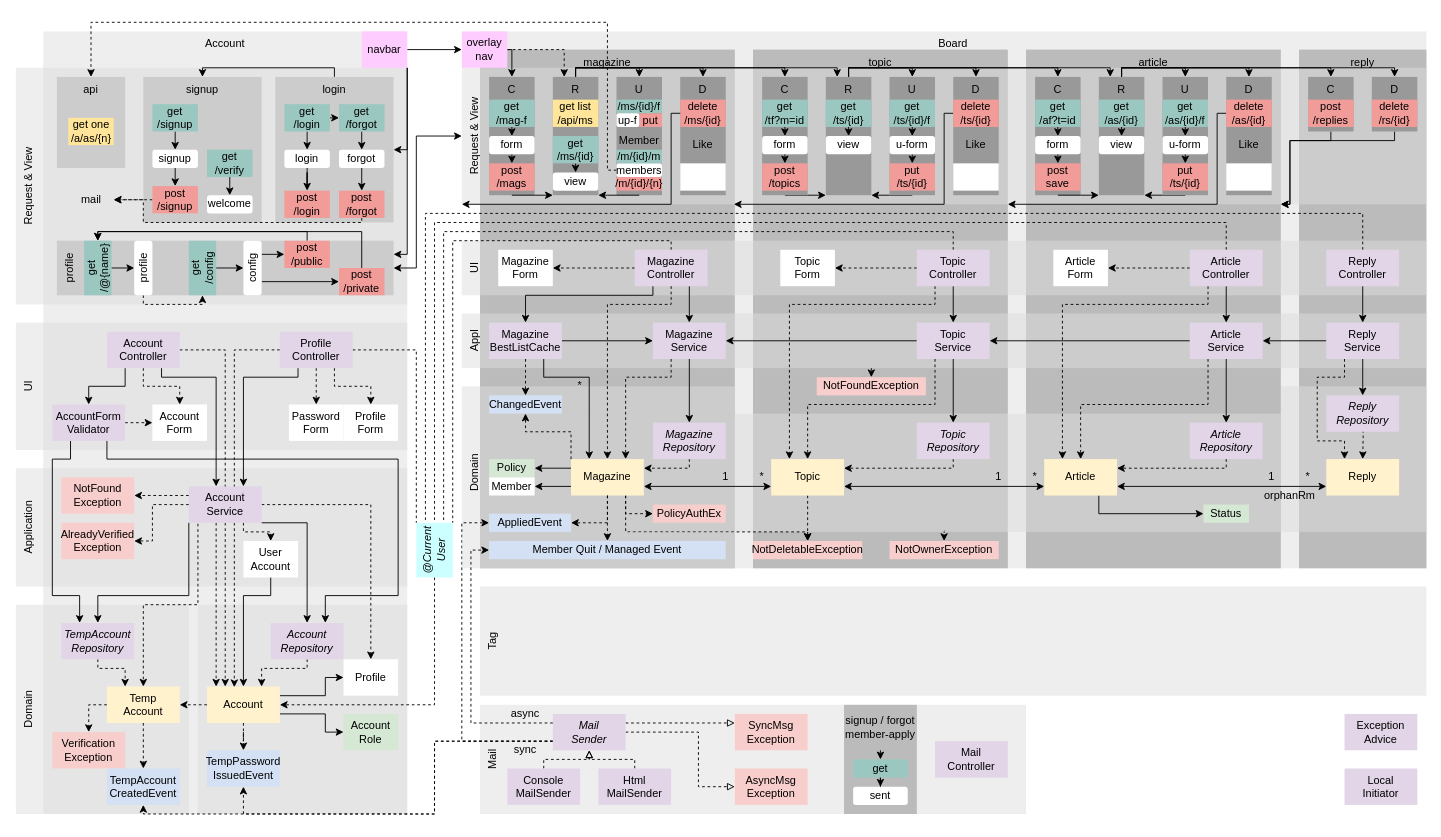
suloginscene/dinner keeps this draw.io diagram as diagram.drawio. Above is the earlier version. Source tidied: cells renumbered, new cells numbered last; positions are measured from the earlier drawing's top-left corner, leaving out a move shared by most shapes. Both pictures are drawn from the tidied source at 91%, with x=0, y=0 at pixel (15, 22).
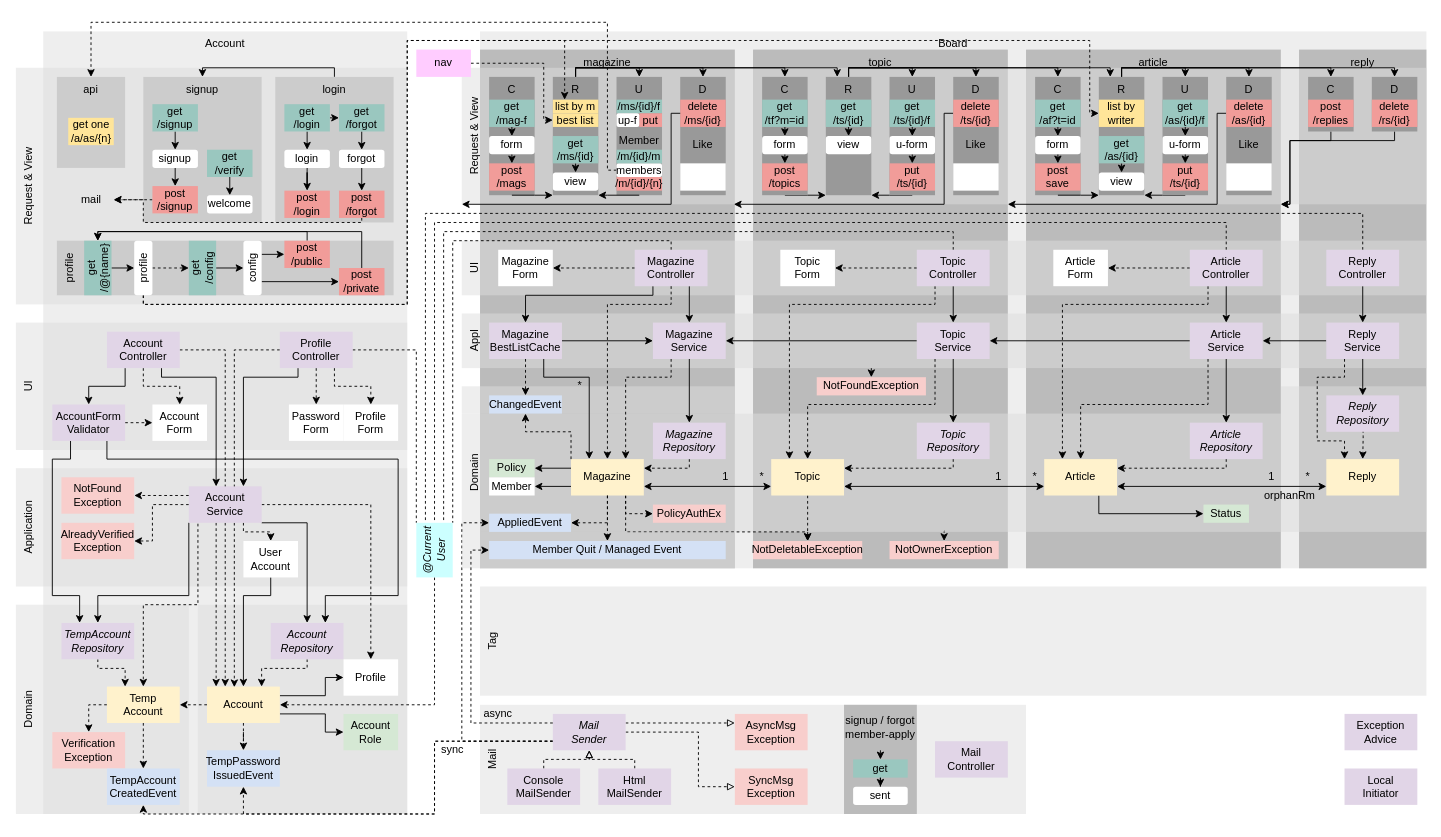
After the change.

The change refers to these unchanged cells:
```xml
<mxCell id="12" value="Request &amp;amp; View" style="rounded=0;whiteSpace=wrap;html=1;verticalAlign=top;fillColor=#DDDDDD;strokeColor=none;horizontal=0;opacity=50;" parent="1" vertex="1">
  <mxGeometry x="490" y="50" width="1060" height="150" as="geometry" />
</mxCell>
<mxCell id="19" value="C" style="rounded=0;whiteSpace=wrap;html=1;verticalAlign=top;strokeColor=none;fillColor=#999999;" parent="1" vertex="1">
  <mxGeometry x="520" y="60" width="50" height="130" as="geometry" />
</mxCell>
<mxCell id="70" value="login" style="rounded=0;whiteSpace=wrap;html=1;verticalAlign=top;fillColor=#CCCCCC;strokeColor=none;" parent="1" vertex="1">
  <mxGeometry x="285" y="60" width="130" height="160" as="geometry" />
</mxCell>
<mxCell id="97" value="R" style="rounded=0;whiteSpace=wrap;html=1;verticalAlign=top;strokeColor=none;fillColor=#999999;" parent="1" vertex="1">
  <mxGeometry x="590" y="60" width="50" height="130" as="geometry" />
</mxCell>
<mxCell id="110" value="profile" style="rounded=0;whiteSpace=wrap;html=1;verticalAlign=top;fillColor=#CCCCCC;strokeColor=none;horizontal=0;" parent="1" vertex="1">
  <mxGeometry x="45" y="240" width="370" height="60" as="geometry" />
</mxCell>
<mxCell id="147" value="get&lt;br&gt;/config" style="rounded=0;whiteSpace=wrap;html=1;fontStyle=0;strokeColor=none;fillColor=#9AC7BF;horizontal=0;" parent="1" vertex="1">
  <mxGeometry x="190" y="240" width="30" height="60" as="geometry" />
</mxCell>
<mxCell id="158" value="profile" style="rounded=1;whiteSpace=wrap;html=1;strokeColor=none;horizontal=0;" parent="1" vertex="1">
  <mxGeometry x="130" y="240" width="20" height="60" as="geometry" />
</mxCell>
```

Diff of the diagram source:
```diff
@@
-    <mxCell id="109" style="edgeStyle=orthogonalEdgeStyle;rounded=0;jettySize=auto;html=1;exitX=1;exitY=0.5;exitDx=0;exitDy=0;entryX=0;entryY=0.5;entryDx=0;entryDy=0;startArrow=classic;startFill=1;" parent="1" edge="1" source="110" target="12">
-      <mxGeometry relative="1" as="geometry">
-        <Array as="points">
-          <mxPoint x="440" y="270" />
-          <mxPoint x="440" y="125" />
-        </Array>
-      </mxGeometry>
-    </mxCell>
@@
-    <mxCell id="157" style="edgeStyle=orthogonalEdgeStyle;rounded=0;jettySize=auto;html=1;exitX=0.5;exitY=1;exitDx=0;exitDy=0;entryX=0.5;entryY=1;entryDx=0;entryDy=0;endArrow=classic;endFill=1;endSize=6;dashed=1;" parent="1" edge="1" source="158" target="147">
+    <mxCell id="157" style="edgeStyle=orthogonalEdgeStyle;rounded=0;jettySize=auto;html=1;exitX=1;exitY=0.5;exitDx=0;exitDy=0;entryX=0;entryY=0.5;entryDx=0;entryDy=0;endArrow=classic;endFill=1;endSize=6;dashed=1;" parent="1" edge="1" source="158" target="147">
       <mxGeometry relative="1" as="geometry">
         <Array as="points">
-          <mxPoint x="140" y="310" />
-          <mxPoint x="205" y="310" />
+          <mxPoint x="170" y="270" />
+          <mxPoint x="170" y="270" />
         </Array>
       </mxGeometry>
     </mxCell>
+    <mxCell id="324" style="edgeStyle=orthogonalEdgeStyle;rounded=0;jettySize=auto;html=1;exitX=0.5;exitY=1;exitDx=0;exitDy=0;dashed=1;" parent="1" edge="1" source="158" target="327">
+      <mxGeometry relative="1" as="geometry">
+        <Array as="points">
+          <mxPoint x="140" y="310" />
+          <mxPoint x="430" y="310" />
+          <mxPoint x="430" y="20" />
+          <mxPoint x="603" y="20" />
+        </Array>
+      </mxGeometry>
+    </mxCell>
+    <mxCell id="325" style="edgeStyle=orthogonalEdgeStyle;rounded=0;jettySize=auto;html=1;exitX=0.5;exitY=1;exitDx=0;exitDy=0;dashed=1;" parent="1" edge="1" source="158" target="328">
+      <mxGeometry relative="1" as="geometry">
+        <Array as="points">
+          <mxPoint x="140" y="310" />
+          <mxPoint x="430" y="310" />
+          <mxPoint x="430" y="20" />
+          <mxPoint x="1180" y="20" />
+          <mxPoint x="1180" y="100" />
+        </Array>
+      </mxGeometry>
+    </mxCell>
@@
     <mxCell id="222" value="get&lt;br&gt;/as/{id}" style="rounded=0;whiteSpace=wrap;html=1;fontStyle=0;strokeColor=none;fillColor=#9AC7BF;" parent="1" vertex="1">
-      <mxGeometry x="1190" y="85" width="50" height="30" as="geometry" />
+      <mxGeometry x="1190" y="125" width="50" height="30" as="geometry" />
     </mxCell>
     <mxCell id="223" value="view" style="rounded=1;whiteSpace=wrap;html=1;strokeColor=none;" parent="1" vertex="1">
-      <mxGeometry x="1190" y="125" width="50" height="20" as="geometry" />
+      <mxGeometry x="1190" y="165" width="50" height="20" as="geometry" />
     </mxCell>
@@
-    <mxCell id="255" style="edgeStyle=orthogonalEdgeStyle;rounded=0;jettySize=auto;html=1;entryX=0.25;entryY=0;entryDx=0;entryDy=0;endArrow=classic;endFill=1;exitX=1;exitY=0.5;exitDx=0;exitDy=0;dashed=1;" parent="1" edge="1" source="260" target="97">
-      <mxGeometry relative="1" as="geometry">
-        <Array as="points">
-          <mxPoint x="602" y="30" />
-        </Array>
-      </mxGeometry>
-    </mxCell>
-    <mxCell id="256" style="edgeStyle=orthogonalEdgeStyle;rounded=0;jettySize=auto;html=1;entryX=0.5;entryY=0;entryDx=0;entryDy=0;endArrow=classic;endFill=1;exitX=1;exitY=0.5;exitDx=0;exitDy=0;" parent="1" edge="1" source="260" target="19">
-      <mxGeometry relative="1" as="geometry">
-        <Array as="points">
-          <mxPoint x="545" y="30" />
-        </Array>
-      </mxGeometry>
-    </mxCell>
@@
-    <mxCell id="258" value="get list&lt;br&gt;/api/ms" style="rounded=0;whiteSpace=wrap;html=1;fontStyle=0;strokeColor=none;fillColor=#FFE599;" parent="1" vertex="1">
-      <mxGeometry x="590" y="85" width="50" height="30" as="geometry" />
+    <mxCell id="258" value="best list" style="rounded=0;whiteSpace=wrap;html=1;fontStyle=0;strokeColor=none;fillColor=#FFE599;" parent="1" vertex="1">
+      <mxGeometry x="590" y="100" width="50" height="15" as="geometry" />
     </mxCell>
@@
+    <mxCell id="326" style="edgeStyle=orthogonalEdgeStyle;rounded=0;jettySize=auto;html=1;exitX=1;exitY=0.5;exitDx=0;exitDy=0;entryX=0;entryY=0.5;entryDx=0;entryDy=0;dashed=1;" parent="1" edge="1" source="260" target="258">
+      <mxGeometry relative="1" as="geometry">
+        <Array as="points">
+          <mxPoint x="580" y="45" />
+          <mxPoint x="580" y="107" />
+        </Array>
+      </mxGeometry>
+    </mxCell>
-    <mxCell id="260" value="overlay&lt;br&gt;nav" style="rounded=0;whiteSpace=wrap;html=1;fontStyle=0;strokeColor=none;fillColor=#FFCCFF;" parent="1" vertex="1">
-      <mxGeometry x="490" y="10" width="50" height="40" as="geometry" />
+    <mxCell id="260" value="nav" style="rounded=0;whiteSpace=wrap;html=1;fontStyle=0;strokeColor=none;fillColor=#FFCCFF;" parent="1" vertex="1">
+      <mxGeometry x="440" y="30" width="60" height="30" as="geometry" />
     </mxCell>
-    <mxCell id="261" style="edgeStyle=orthogonalEdgeStyle;rounded=0;jettySize=auto;html=1;exitX=1;exitY=1;exitDx=0;exitDy=0;entryX=1;entryY=0.5;entryDx=0;entryDy=0;endArrow=classic;endFill=1;" parent="1" edge="1" source="264" target="70">
-      <mxGeometry relative="1" as="geometry">
-        <Array as="points">
-          <mxPoint x="430" y="140" />
-        </Array>
-      </mxGeometry>
-    </mxCell>
-    <mxCell id="262" style="edgeStyle=orthogonalEdgeStyle;rounded=0;jettySize=auto;html=1;exitX=1;exitY=1;exitDx=0;exitDy=0;entryX=1;entryY=0.25;entryDx=0;entryDy=0;endArrow=classic;endFill=1;" parent="1" edge="1" source="264" target="110">
-      <mxGeometry relative="1" as="geometry">
-        <Array as="points">
-          <mxPoint x="430" y="255" />
-        </Array>
-      </mxGeometry>
-    </mxCell>
-    <mxCell id="263" style="edgeStyle=orthogonalEdgeStyle;rounded=0;jettySize=auto;html=1;exitX=1;exitY=0.5;exitDx=0;exitDy=0;entryX=0;entryY=0.5;entryDx=0;entryDy=0;" parent="1" edge="1" source="264" target="260">
-      <mxGeometry relative="1" as="geometry" />
-    </mxCell>
-    <mxCell id="264" value="navbar" style="rounded=0;whiteSpace=wrap;html=1;fontStyle=0;strokeColor=none;fillColor=#FFCCFF;" parent="1" vertex="1">
-      <mxGeometry x="380" y="10" width="50" height="40" as="geometry" />
-    </mxCell>
@@
-    <mxCell id="291" value="AsyncMsg&lt;br&gt;Exception" style="rounded=0;whiteSpace=wrap;html=1;strokeColor=none;fontStyle=0;fillColor=#F8CECC;" parent="1" vertex="1">
+    <mxCell id="291" value="SyncMsg&lt;br&gt;Exception" style="rounded=0;whiteSpace=wrap;html=1;strokeColor=none;fontStyle=0;fillColor=#F8CECC;" parent="1" vertex="1">
       <mxGeometry x="790" y="820" width="80" height="40" as="geometry" />
     </mxCell>
-    <mxCell id="292" value="SyncMsg&lt;br&gt;Exception" style="rounded=0;whiteSpace=wrap;html=1;strokeColor=none;fontStyle=0;fillColor=#F8CECC;" parent="1" vertex="1">
+    <mxCell id="292" value="AsyncMsg&lt;br&gt;Exception" style="rounded=0;whiteSpace=wrap;html=1;strokeColor=none;fontStyle=0;fillColor=#F8CECC;" parent="1" vertex="1">
       <mxGeometry x="790" y="760" width="80" height="40" as="geometry" />
     </mxCell>
@@
     <mxCell id="315" value="sync" style="rounded=1;whiteSpace=wrap;html=1;strokeColor=none;fillColor=none;" parent="1" vertex="1">
-      <mxGeometry x="540" y="790" width="40" height="20" as="geometry" />
+      <mxGeometry x="460" y="790" width="40" height="20" as="geometry" />
     </mxCell>
@@
     <mxCell id="317" value="async" style="rounded=1;whiteSpace=wrap;html=1;strokeColor=none;fillColor=none;" parent="1" vertex="1">
-      <mxGeometry x="540" y="750" width="40" height="20" as="geometry" />
+      <mxGeometry x="510" y="750" width="40" height="20" as="geometry" />
     </mxCell>
@@
+    <mxCell id="327" value="list by m" style="rounded=0;whiteSpace=wrap;html=1;fontStyle=0;strokeColor=none;fillColor=#FFE599;" parent="1" vertex="1">
+      <mxGeometry x="590" y="85" width="50" height="15" as="geometry" />
+    </mxCell>
+    <mxCell id="328" value="list by&lt;br&gt;writer" style="rounded=0;whiteSpace=wrap;html=1;fontStyle=0;strokeColor=none;fillColor=#FFE599;" parent="1" vertex="1">
+      <mxGeometry x="1190" y="85" width="50" height="30" as="geometry" />
+    </mxCell>
```
